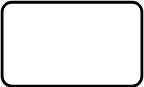
Rihosepp-40B/TarkvaraArendusprotsess keeps this draw.io diagram as pildid/Voodiagrammi_protsess.svg. Above is the earlier version. Source tidied: cells renumbered, new cells last; positions are measured from the earlier drawing's top-left corner, leaving out a move shared by most shapes.
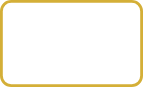
Above is the later version.

What changed in the source:
```diff
@@ -2,7 +2,7 @@
   <root>
     <mxCell id="0" />
     <mxCell id="1" parent="0" />
-    <mxCell id="2" style="rounded=1;whiteSpace=wrap;html=1;absoluteArcSize=1;arcSize=14;strokeWidth=2;strokeColor=light-dark(#000000,#D4AF37);fillColor=none;" parent="1" vertex="1">
+    <mxCell id="2" style="rounded=1;whiteSpace=wrap;html=1;absoluteArcSize=1;arcSize=14;strokeWidth=2;strokeColor=light-dark(#D4AF37,#D4AF37);fillColor=none;" parent="1" vertex="1">
       <mxGeometry width="100" height="60" as="geometry" />
     </mxCell>
   </root>
```
